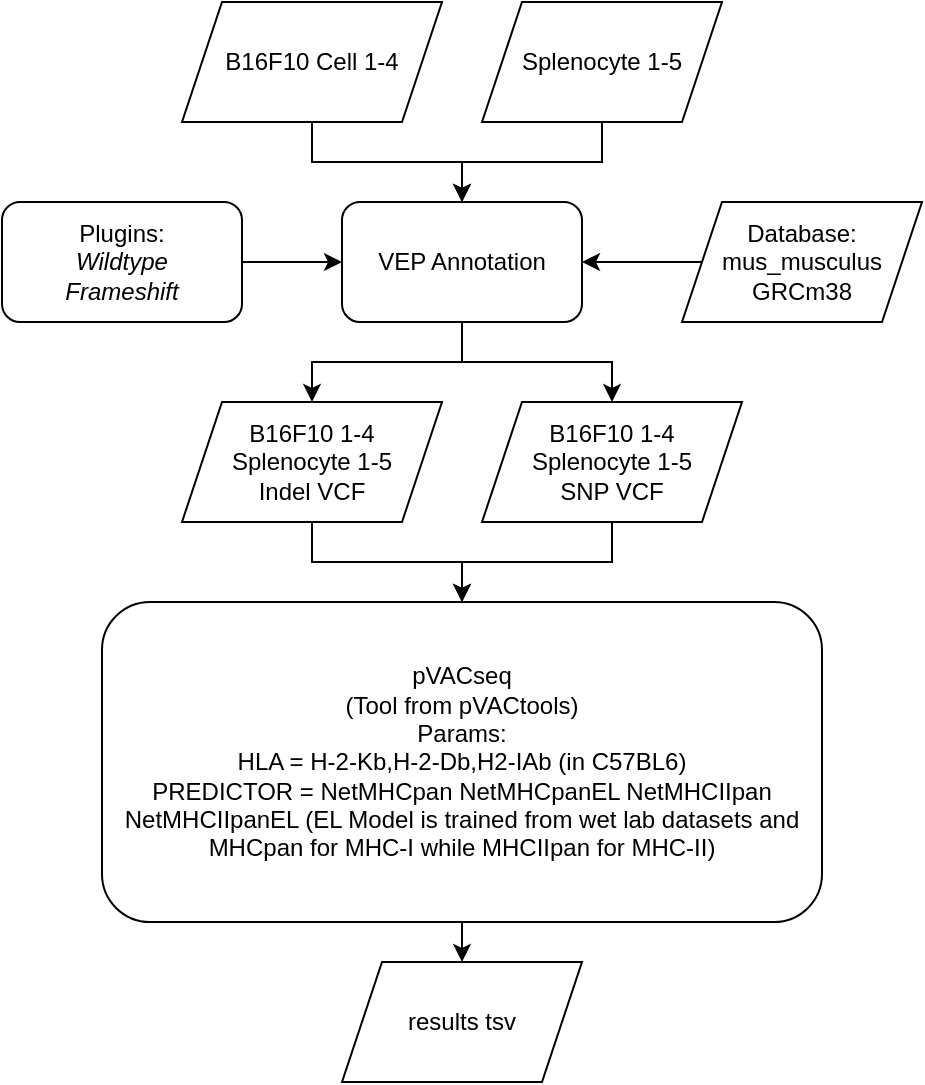
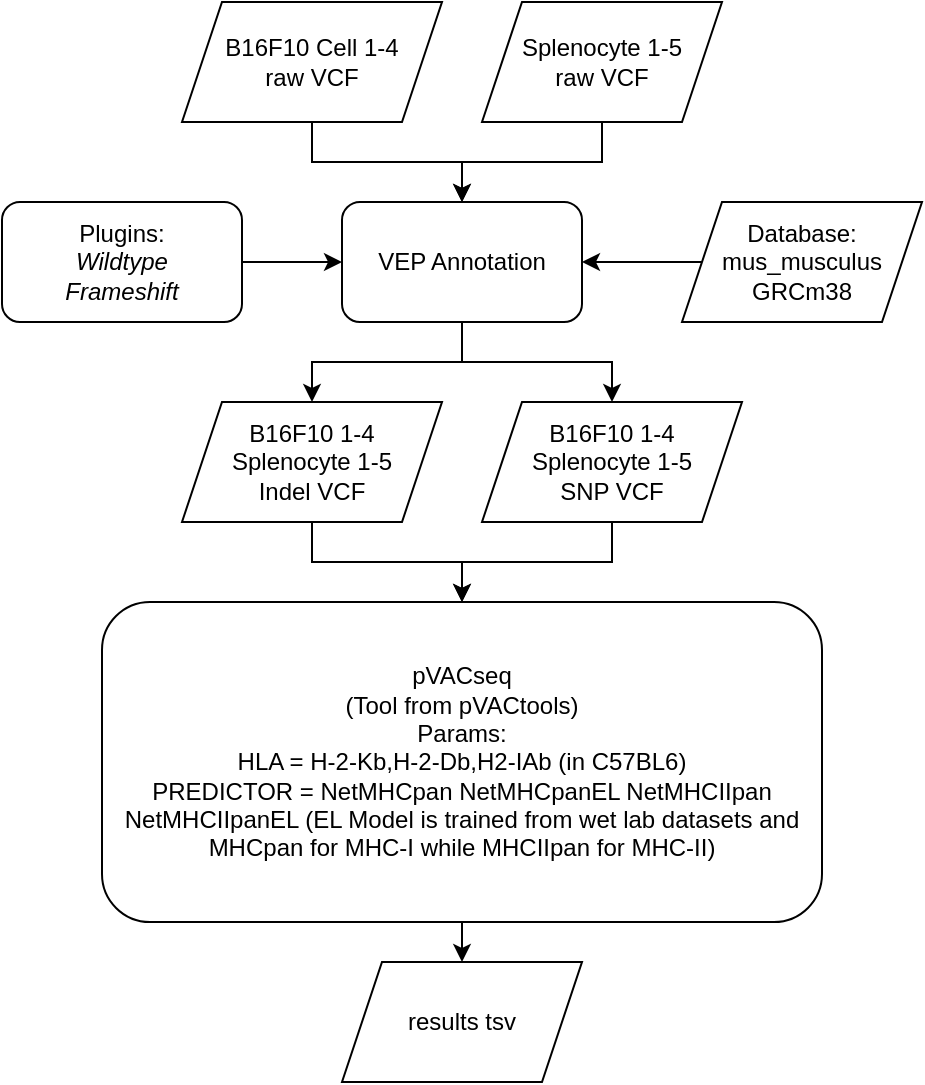
<mxfile host="app.diagrams.net">
  <diagram name="Page-1" id="VqKmO7xuozBPNTh1mz5F">
    <mxGraphModel dx="1031" dy="721" grid="1" gridSize="10" guides="1" tooltips="1" connect="1" arrows="1" fold="1" page="1" pageScale="1" pageWidth="827" pageHeight="1169" math="0" shadow="0">
      <root>
        <mxCell id="0" />
        <mxCell id="1" parent="0" />
        <mxCell id="jLWA3xjS2Pq-a6vycG7d-4" edge="1" parent="1" source="jLWA3xjS2Pq-a6vycG7d-1" style="edgeStyle=orthogonalEdgeStyle;rounded=0;orthogonalLoop=1;jettySize=auto;html=1;exitX=0.5;exitY=1;exitDx=0;exitDy=0;entryX=0.5;entryY=0;entryDx=0;entryDy=0;" target="jLWA3xjS2Pq-a6vycG7d-3">
          <mxGeometry relative="1" as="geometry" />
        </mxCell>
-         <mxCell id="jLWA3xjS2Pq-a6vycG7d-1" parent="1" style="shape=parallelogram;perimeter=parallelogramPerimeter;whiteSpace=wrap;html=1;fixedSize=1;" value="B16F10 Cell 1-4" vertex="1">
+         <mxCell id="jLWA3xjS2Pq-a6vycG7d-1" parent="1" style="shape=parallelogram;perimeter=parallelogramPerimeter;whiteSpace=wrap;html=1;fixedSize=1;" value="B16F10 Cell 1-4&lt;br&gt;raw VCF" vertex="1">
          <mxGeometry height="60" width="130" x="180" y="140" as="geometry" />
        </mxCell>
        <mxCell id="jLWA3xjS2Pq-a6vycG7d-5" edge="1" parent="1" source="jLWA3xjS2Pq-a6vycG7d-2" style="edgeStyle=orthogonalEdgeStyle;rounded=0;orthogonalLoop=1;jettySize=auto;html=1;exitX=0.5;exitY=1;exitDx=0;exitDy=0;" target="jLWA3xjS2Pq-a6vycG7d-3">
          <mxGeometry relative="1" as="geometry" />
        </mxCell>
-         <mxCell id="jLWA3xjS2Pq-a6vycG7d-2" parent="1" style="shape=parallelogram;perimeter=parallelogramPerimeter;whiteSpace=wrap;html=1;fixedSize=1;" value="Splenocyte 1-5" vertex="1">
+         <mxCell id="jLWA3xjS2Pq-a6vycG7d-2" parent="1" style="shape=parallelogram;perimeter=parallelogramPerimeter;whiteSpace=wrap;html=1;fixedSize=1;" value="&lt;div&gt;Splenocyte 1-5&lt;/div&gt;raw VCF" vertex="1">
          <mxGeometry height="60" width="120" x="330" y="140" as="geometry" />
        </mxCell>
        <mxCell id="jLWA3xjS2Pq-a6vycG7d-13" edge="1" parent="1" source="jLWA3xjS2Pq-a6vycG7d-3" style="edgeStyle=orthogonalEdgeStyle;rounded=0;orthogonalLoop=1;jettySize=auto;html=1;exitX=0.5;exitY=1;exitDx=0;exitDy=0;entryX=0.5;entryY=0;entryDx=0;entryDy=0;" target="jLWA3xjS2Pq-a6vycG7d-11">
          <mxGeometry relative="1" as="geometry" />
        </mxCell>
        <mxCell id="jLWA3xjS2Pq-a6vycG7d-14" edge="1" parent="1" source="jLWA3xjS2Pq-a6vycG7d-3" style="edgeStyle=orthogonalEdgeStyle;rounded=0;orthogonalLoop=1;jettySize=auto;html=1;exitX=0.5;exitY=1;exitDx=0;exitDy=0;entryX=0.5;entryY=0;entryDx=0;entryDy=0;" target="jLWA3xjS2Pq-a6vycG7d-12">
          <mxGeometry relative="1" as="geometry" />
        </mxCell>
        <mxCell id="jLWA3xjS2Pq-a6vycG7d-3" parent="1" style="rounded=1;whiteSpace=wrap;html=1;" value="VEP Annotation" vertex="1">
          <mxGeometry height="60" width="120" x="260" y="240" as="geometry" />
        </mxCell>
        <mxCell id="jLWA3xjS2Pq-a6vycG7d-7" edge="1" parent="1" source="jLWA3xjS2Pq-a6vycG7d-6" style="edgeStyle=orthogonalEdgeStyle;rounded=0;orthogonalLoop=1;jettySize=auto;html=1;exitX=0;exitY=0.5;exitDx=0;exitDy=0;entryX=1;entryY=0.5;entryDx=0;entryDy=0;" target="jLWA3xjS2Pq-a6vycG7d-3">
          <mxGeometry relative="1" as="geometry" />
        </mxCell>
        <mxCell id="jLWA3xjS2Pq-a6vycG7d-6" parent="1" style="shape=parallelogram;perimeter=parallelogramPerimeter;whiteSpace=wrap;html=1;fixedSize=1;" value="&lt;div&gt;Database:&lt;/div&gt;&lt;div&gt;mus_musculus&lt;br&gt;GRCm38&lt;/div&gt;" vertex="1">
          <mxGeometry height="60" width="120" x="430" y="240" as="geometry" />
        </mxCell>
        <mxCell id="jLWA3xjS2Pq-a6vycG7d-9" edge="1" parent="1" source="jLWA3xjS2Pq-a6vycG7d-8" style="edgeStyle=orthogonalEdgeStyle;rounded=0;orthogonalLoop=1;jettySize=auto;html=1;exitX=1;exitY=0.5;exitDx=0;exitDy=0;entryX=0;entryY=0.5;entryDx=0;entryDy=0;" target="jLWA3xjS2Pq-a6vycG7d-3">
          <mxGeometry relative="1" as="geometry" />
        </mxCell>
        <mxCell id="jLWA3xjS2Pq-a6vycG7d-8" parent="1" style="rounded=1;whiteSpace=wrap;html=1;" value="&lt;div&gt;Plugins:&lt;/div&gt;&lt;div&gt;&lt;i&gt;Wildtype&lt;br&gt;Frameshift&lt;/i&gt;&lt;/div&gt;" vertex="1">
          <mxGeometry height="60" width="120" x="90" y="240" as="geometry" />
        </mxCell>
        <mxCell id="jLWA3xjS2Pq-a6vycG7d-18" edge="1" parent="1" source="jLWA3xjS2Pq-a6vycG7d-10" style="edgeStyle=orthogonalEdgeStyle;rounded=0;orthogonalLoop=1;jettySize=auto;html=1;exitX=0.5;exitY=1;exitDx=0;exitDy=0;entryX=0.5;entryY=0;entryDx=0;entryDy=0;" target="jLWA3xjS2Pq-a6vycG7d-17">
          <mxGeometry relative="1" as="geometry" />
        </mxCell>
        <mxCell id="jLWA3xjS2Pq-a6vycG7d-10" parent="1" style="rounded=1;whiteSpace=wrap;html=1;" value="pVACseq&lt;br&gt;(Tool from pVACtools)&lt;br&gt;Params:&lt;br&gt;HLA = H-2-Kb,H-2-Db,H2-IAb (in C57BL6)&lt;br&gt;PREDICTOR = NetMHCpan NetMHCpanEL NetMHCIIpan NetMHCIIpanEL (EL Model is trained from wet lab datasets and MHCpan for MHC-I while MHCIIpan for MHC-II)" vertex="1">
          <mxGeometry height="160" width="360" x="140" y="440" as="geometry" />
        </mxCell>
        <mxCell id="jLWA3xjS2Pq-a6vycG7d-15" edge="1" parent="1" source="jLWA3xjS2Pq-a6vycG7d-11" style="edgeStyle=orthogonalEdgeStyle;rounded=0;orthogonalLoop=1;jettySize=auto;html=1;exitX=0.5;exitY=1;exitDx=0;exitDy=0;entryX=0.5;entryY=0;entryDx=0;entryDy=0;" target="jLWA3xjS2Pq-a6vycG7d-10">
          <mxGeometry relative="1" as="geometry" />
        </mxCell>
        <mxCell id="jLWA3xjS2Pq-a6vycG7d-11" parent="1" style="shape=parallelogram;perimeter=parallelogramPerimeter;whiteSpace=wrap;html=1;fixedSize=1;" value="B16F10 1-4&lt;br&gt;Splenocyte 1-5&lt;br&gt;Indel VCF" vertex="1">
          <mxGeometry height="60" width="130" x="180" y="340" as="geometry" />
        </mxCell>
        <mxCell id="jLWA3xjS2Pq-a6vycG7d-16" edge="1" parent="1" source="jLWA3xjS2Pq-a6vycG7d-12" style="edgeStyle=orthogonalEdgeStyle;rounded=0;orthogonalLoop=1;jettySize=auto;html=1;exitX=0.5;exitY=1;exitDx=0;exitDy=0;entryX=0.5;entryY=0;entryDx=0;entryDy=0;" target="jLWA3xjS2Pq-a6vycG7d-10">
          <mxGeometry relative="1" as="geometry" />
        </mxCell>
        <mxCell id="jLWA3xjS2Pq-a6vycG7d-12" parent="1" style="shape=parallelogram;perimeter=parallelogramPerimeter;whiteSpace=wrap;html=1;fixedSize=1;" value="B16F10 1-4&lt;br&gt;Splenocyte 1-5&lt;br&gt;SNP VCF" vertex="1">
          <mxGeometry height="60" width="130" x="330" y="340" as="geometry" />
        </mxCell>
        <mxCell id="jLWA3xjS2Pq-a6vycG7d-17" parent="1" style="shape=parallelogram;perimeter=parallelogramPerimeter;whiteSpace=wrap;html=1;fixedSize=1;" value="results tsv" vertex="1">
          <mxGeometry height="60" width="120" x="260" y="620" as="geometry" />
        </mxCell>
      </root>
    </mxGraphModel>
  </diagram>
</mxfile>
